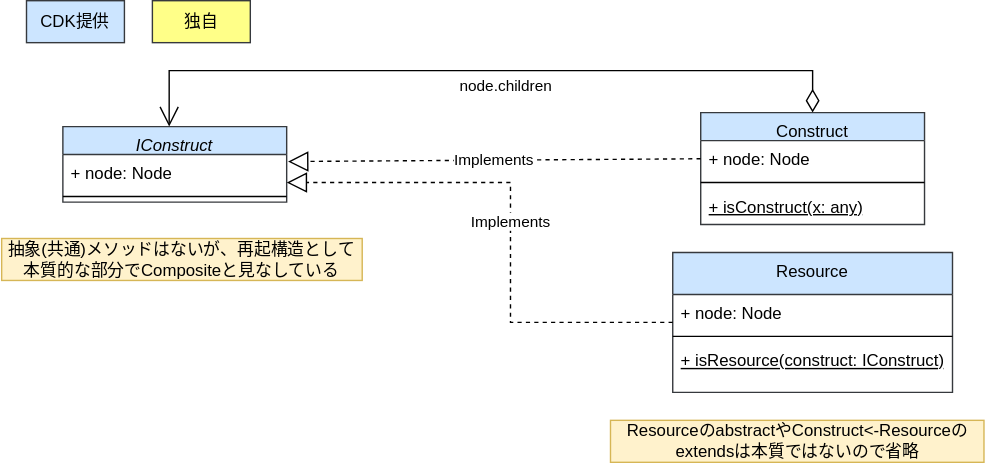
Earlier version of the draw.io export drawio/composite/composite_cdk_simplified.drawio.svg (go-to-k/cdk-gof-design-pattern). Source tidied: cells renumbered, new cells last; positions are measured from the earlier drawing's top-left corner, leaving out a move shared by most shapes.
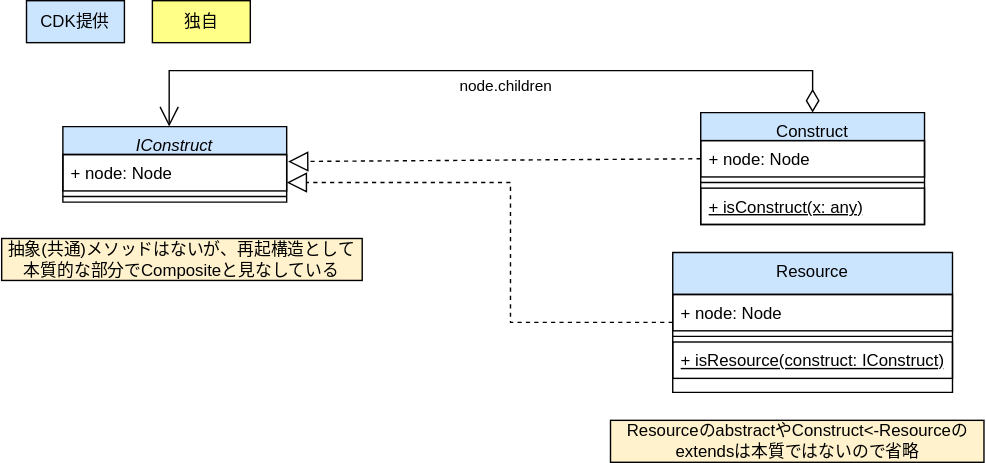
The same file after the commit.

What changed in the source:
```diff
@@ -1,44 +1,44 @@
-<mxGraphModel>
+<mxGraphModel background="#ffffff">
   <root>
     <mxCell id="0" />
     <mxCell id="1" parent="0" />
-    <mxCell id="2" value="Resource" style="swimlane;fontStyle=0;align=center;verticalAlign=top;horizontal=1;startSize=30;rounded=0;shadow=0;strokeWidth=1;fillColor=#cce5ff;strokeColor=#36393d;" parent="1" vertex="1">
+    <mxCell id="2" value="Resource" style="swimlane;fontStyle=0;align=center;verticalAlign=top;horizontal=1;startSize=30;rounded=0;shadow=0;strokeWidth=1;fillColor=#cce5ff;strokeColor=#000000;fontColor=#000000;" parent="1" vertex="1">
       <mxGeometry x="480" y="180" width="200" height="100" as="geometry" />
     </mxCell>
-    <mxCell id="3" value="+ node:&amp;nbsp;Node" style="text;strokeColor=none;fillColor=none;align=left;verticalAlign=top;spacingLeft=4;spacingRight=4;overflow=hidden;whiteSpace=wrap;html=1;" parent="2" vertex="1">
+    <mxCell id="3" value="+ node:&amp;nbsp;Node" style="text;strokeColor=#000000;fillColor=none;align=left;verticalAlign=top;spacingLeft=4;spacingRight=4;overflow=hidden;whiteSpace=wrap;html=1;fontColor=#000000;" parent="2" vertex="1">
       <mxGeometry y="30" width="200" height="26" as="geometry" />
     </mxCell>
-    <mxCell id="4" style="line;html=1;strokeWidth=1;align=left;verticalAlign=middle;spacingTop=-1;spacingLeft=3;spacingRight=3;labelPosition=right;" parent="2" vertex="1">
+    <mxCell id="4" style="line;html=1;strokeWidth=1;align=left;verticalAlign=middle;spacingTop=-1;spacingLeft=3;spacingRight=3;labelPosition=right;fontColor=#000000;strokeColor=#000000;" parent="2" vertex="1">
       <mxGeometry y="56" width="200" height="8" as="geometry" />
     </mxCell>
-    <mxCell id="5" value="&lt;u&gt;+ isResource(construct: IConstruct)&lt;/u&gt;" style="text;strokeColor=none;fillColor=none;align=left;verticalAlign=top;spacingLeft=4;spacingRight=4;overflow=hidden;whiteSpace=wrap;html=1;" parent="2" vertex="1">
+    <mxCell id="5" value="&lt;u&gt;+ isResource(construct: IConstruct)&lt;/u&gt;" style="text;strokeColor=#000000;fillColor=none;align=left;verticalAlign=top;spacingLeft=4;spacingRight=4;overflow=hidden;whiteSpace=wrap;html=1;fontColor=#000000;" parent="2" vertex="1">
       <mxGeometry y="64" width="200" height="26" as="geometry" />
     </mxCell>
-    <mxCell id="6" value="Construct" style="swimlane;fontStyle=0;align=center;verticalAlign=top;horizontal=1;startSize=20;rounded=0;shadow=0;strokeWidth=1;fillColor=#cce5ff;strokeColor=#36393d;" parent="1" vertex="1">
+    <mxCell id="6" value="Construct" style="swimlane;fontStyle=0;align=center;verticalAlign=top;horizontal=1;startSize=20;rounded=0;shadow=0;strokeWidth=1;fillColor=#cce5ff;strokeColor=#000000;fontColor=#000000;" parent="1" vertex="1">
       <mxGeometry x="500" y="80" width="160" height="80" as="geometry" />
     </mxCell>
-    <mxCell id="7" value="+ node:&amp;nbsp;Node" style="text;strokeColor=none;fillColor=none;align=left;verticalAlign=top;spacingLeft=4;spacingRight=4;overflow=hidden;points=[[0,0.5],[1,0.5]];portConstraint=eastwest;whiteSpace=wrap;html=1;" parent="6" vertex="1">
+    <mxCell id="7" value="+ node:&amp;nbsp;Node" style="text;strokeColor=#000000;fillColor=none;align=left;verticalAlign=top;spacingLeft=4;spacingRight=4;overflow=hidden;points=[[0,0.5],[1,0.5]];portConstraint=eastwest;whiteSpace=wrap;html=1;fontColor=#000000;" parent="6" vertex="1">
       <mxGeometry y="20" width="160" height="26" as="geometry" />
     </mxCell>
-    <mxCell id="8" style="line;html=1;strokeWidth=1;align=left;verticalAlign=middle;spacingTop=-1;spacingLeft=3;spacingRight=3;labelPosition=right;" parent="6" vertex="1">
+    <mxCell id="8" style="line;html=1;strokeWidth=1;align=left;verticalAlign=middle;spacingTop=-1;spacingLeft=3;spacingRight=3;labelPosition=right;fontColor=#000000;strokeColor=#000000;" parent="6" vertex="1">
       <mxGeometry y="46" width="160" height="8" as="geometry" />
     </mxCell>
-    <mxCell id="9" value="&lt;u&gt;+&amp;nbsp;isConstruct(x: any)&lt;/u&gt;" style="text;strokeColor=none;fillColor=none;align=left;verticalAlign=top;spacingLeft=4;spacingRight=4;overflow=hidden;whiteSpace=wrap;html=1;" parent="6" vertex="1">
+    <mxCell id="9" value="&lt;u&gt;+&amp;nbsp;isConstruct(x: any)&lt;/u&gt;" style="text;strokeColor=#000000;fillColor=none;align=left;verticalAlign=top;spacingLeft=4;spacingRight=4;overflow=hidden;whiteSpace=wrap;html=1;fontColor=#000000;" parent="6" vertex="1">
       <mxGeometry y="54" width="160" height="26" as="geometry" />
     </mxCell>
-    <mxCell id="10" value="IConstruct" style="swimlane;fontStyle=2;align=center;verticalAlign=top;horizontal=1;startSize=20;rounded=0;shadow=0;strokeWidth=1;fillColor=#cce5ff;strokeColor=#36393d;" parent="1" vertex="1">
+    <mxCell id="10" value="IConstruct" style="swimlane;fontStyle=2;align=center;verticalAlign=top;horizontal=1;startSize=20;rounded=0;shadow=0;strokeWidth=1;fillColor=#cce5ff;strokeColor=#000000;fontColor=#000000;" parent="1" vertex="1">
       <mxGeometry x="44" y="90" width="160" height="54" as="geometry" />
     </mxCell>
-    <mxCell id="11" value="+ node:&amp;nbsp;Node" style="text;strokeColor=none;fillColor=none;align=left;verticalAlign=top;spacingLeft=4;spacingRight=4;overflow=hidden;points=[[0,0.5],[1,0.5]];portConstraint=eastwest;whiteSpace=wrap;html=1;" parent="10" vertex="1">
+    <mxCell id="11" value="+ node:&amp;nbsp;Node" style="text;strokeColor=#000000;fillColor=none;align=left;verticalAlign=top;spacingLeft=4;spacingRight=4;overflow=hidden;points=[[0,0.5],[1,0.5]];portConstraint=eastwest;whiteSpace=wrap;html=1;fontColor=#000000;" parent="10" vertex="1">
       <mxGeometry y="20" width="160" height="26" as="geometry" />
     </mxCell>
-    <mxCell id="12" style="line;html=1;strokeWidth=1;align=left;verticalAlign=middle;spacingTop=-1;spacingLeft=3;spacingRight=3;labelPosition=right;" parent="10" vertex="1">
+    <mxCell id="12" style="line;html=1;strokeWidth=1;align=left;verticalAlign=middle;spacingTop=-1;spacingLeft=3;spacingRight=3;labelPosition=right;fontColor=#000000;strokeColor=#000000;" parent="10" vertex="1">
       <mxGeometry y="46" width="160" height="8" as="geometry" />
     </mxCell>
-    <mxCell id="13" value="Implements" style="endArrow=block;dashed=1;endFill=0;endSize=12;html=1;rounded=0;entryX=1.006;entryY=0.192;entryDx=0;entryDy=0;entryPerimeter=0;exitX=0;exitY=0.5;exitDx=0;exitDy=0;" parent="1" edge="1" source="7" target="11">
+    <mxCell id="13" style="endArrow=block;dashed=1;endFill=0;endSize=12;html=1;rounded=0;entryX=1.006;entryY=0.192;entryDx=0;entryDy=0;entryPerimeter=0;exitX=0;exitY=0.5;exitDx=0;exitDy=0;fontColor=#000000;strokeColor=#000000;labelBackgroundColor=none;" parent="1" edge="1" source="7" target="11">
       <mxGeometry relative="1" as="geometry" />
     </mxCell>
-    <mxCell id="14" value="Implements" style="endArrow=block;dashed=1;endFill=0;endSize=12;html=1;rounded=0;exitX=0;exitY=0.5;exitDx=0;exitDy=0;entryX=1;entryY=0.769;entryDx=0;entryDy=0;entryPerimeter=0;" parent="1" edge="1" source="2" target="11">
+    <mxCell id="14" style="endArrow=block;dashed=1;endFill=0;endSize=12;html=1;rounded=0;exitX=0;exitY=0.5;exitDx=0;exitDy=0;entryX=1;entryY=0.769;entryDx=0;entryDy=0;entryPerimeter=0;fontColor=#000000;strokeColor=#000000;labelBackgroundColor=none;" parent="1" edge="1" source="2" target="11">
       <mxGeometry relative="1" as="geometry">
         <Array as="points">
           <mxPoint x="364" y="230" />
@@ -46,7 +46,7 @@
         </Array>
       </mxGeometry>
     </mxCell>
-    <mxCell id="15" value="node.children" style="endArrow=open;html=1;endSize=12;startArrow=diamondThin;startSize=14;startFill=0;edgeStyle=orthogonalEdgeStyle;align=left;verticalAlign=bottom;rounded=0;" parent="1" edge="1" source="6" target="10">
+    <mxCell id="15" value="node.children" style="endArrow=open;html=1;endSize=12;startArrow=diamondThin;startSize=14;startFill=0;edgeStyle=orthogonalEdgeStyle;align=left;verticalAlign=bottom;rounded=0;fontColor=#000000;strokeColor=#000000;labelBackgroundColor=none;" parent="1" edge="1" source="6" target="10">
       <mxGeometry x="0.07" y="20" relative="1" as="geometry">
         <Array as="points">
           <mxPoint x="580" y="50" />
@@ -54,16 +54,16 @@
         </Array>
       </mxGeometry>
     </mxCell>
-    <mxCell id="16" value="ResourceのabstractやConstruct&amp;lt;-Resourceのextendsは本質ではないので省略" style="text;html=1;strokeColor=#d6b656;fillColor=#fff2cc;align=center;verticalAlign=middle;whiteSpace=wrap;rounded=0;fontColor=#000000;" parent="1" vertex="1">
+    <mxCell id="16" value="ResourceのabstractやConstruct&amp;lt;-Resourceのextendsは本質ではないので省略" style="text;html=1;strokeColor=#000000;fillColor=#fff2cc;align=center;verticalAlign=middle;whiteSpace=wrap;rounded=0;fontColor=#000000;" parent="1" vertex="1">
       <mxGeometry x="435.5" y="300" width="267" height="30" as="geometry" />
     </mxCell>
-    <mxCell id="17" value="抽象(共通)メソッドはないが、再起構造として本質的な部分でCompositeと見なしている" style="text;html=1;strokeColor=#d6b656;fillColor=#fff2cc;align=center;verticalAlign=middle;whiteSpace=wrap;rounded=0;fontColor=#000000;" parent="1" vertex="1">
+    <mxCell id="17" value="抽象(共通)メソッドはないが、再起構造として本質的な部分でCompositeと見なしている" style="text;html=1;strokeColor=#000000;fillColor=#fff2cc;align=center;verticalAlign=middle;whiteSpace=wrap;rounded=0;fontColor=#000000;" parent="1" vertex="1">
       <mxGeometry x="0.2" y="170" width="257.8" height="30" as="geometry" />
     </mxCell>
-    <mxCell id="18" value="独自" style="rounded=0;whiteSpace=wrap;html=1;fillColor=#ffff88;strokeColor=#36393d;" parent="1" vertex="1">
+    <mxCell id="18" value="独自" style="rounded=0;whiteSpace=wrap;html=1;fillColor=#ffff88;strokeColor=#000000;fontColor=#000000;" parent="1" vertex="1">
       <mxGeometry x="108" width="70" height="30" as="geometry" />
     </mxCell>
-    <mxCell id="19" value="CDK提供" style="rounded=0;whiteSpace=wrap;html=1;fillColor=#cce5ff;strokeColor=#36393d;" parent="1" vertex="1">
+    <mxCell id="19" value="CDK提供" style="rounded=0;whiteSpace=wrap;html=1;fillColor=#cce5ff;strokeColor=#000000;fontColor=#000000;" parent="1" vertex="1">
       <mxGeometry x="18" width="70" height="30" as="geometry" />
     </mxCell>
   </root>
```
